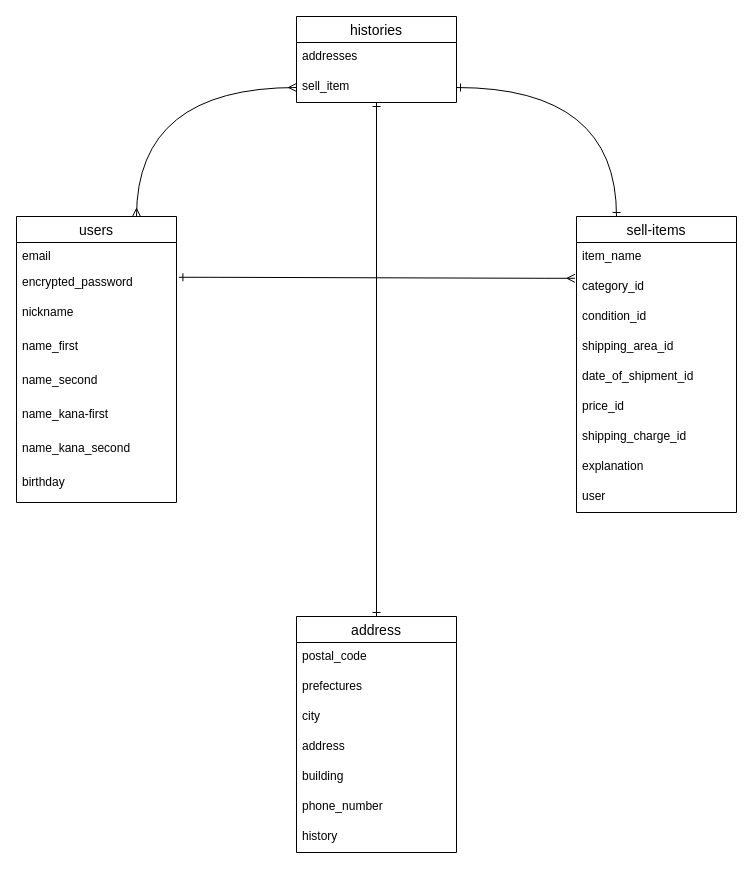
The draw.io diagram hurima.dio in Tsutomu-sasaki1/furima-31549, before the edit. Source tidied: cells renumbered, new cells numbered last; positions are measured from the earlier drawing's top-left corner, leaving out a move shared by most shapes. Both pictures are drawn from the tidied source at 100%, with x=0, y=0 at pixel (16, 16).
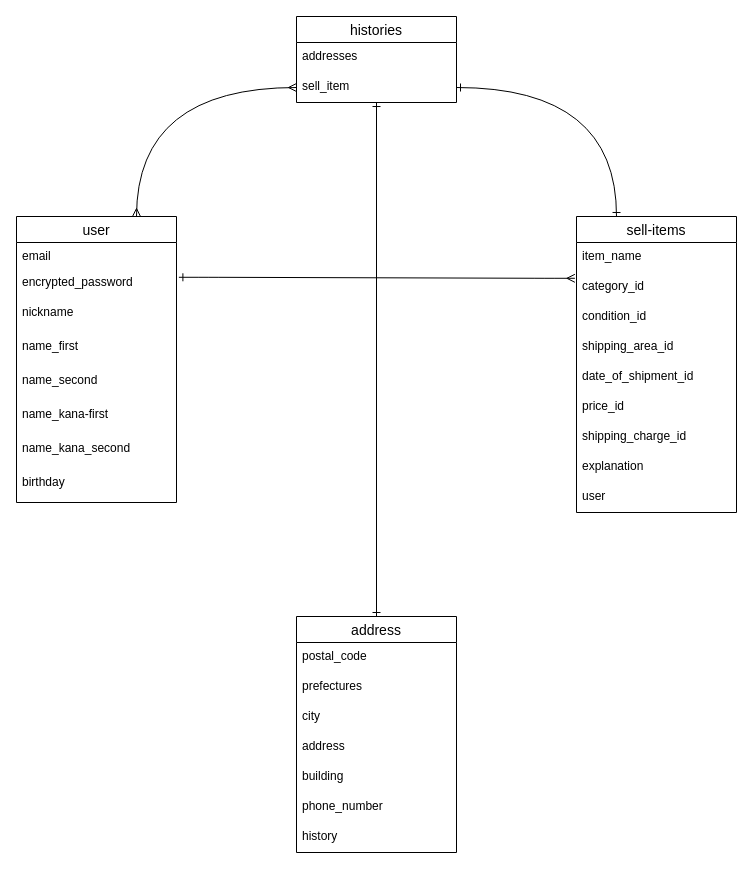
Above is the later version.

Commit message (it also covers changes not shown here):
## user テーブルを複数系に修正

Change to the diagram source:
```diff
@@
-    <mxCell id="3" value="users" style="swimlane;fontStyle=0;horizontal=1;startSize=26;align=center;fontSize=14;" parent="1" vertex="1">
+    <mxCell id="3" value="user" style="swimlane;fontStyle=0;horizontal=1;startSize=26;align=center;fontSize=14;" parent="1" vertex="1">
       <mxGeometry y="200" width="160" height="286" as="geometry" />
     </mxCell>
```
